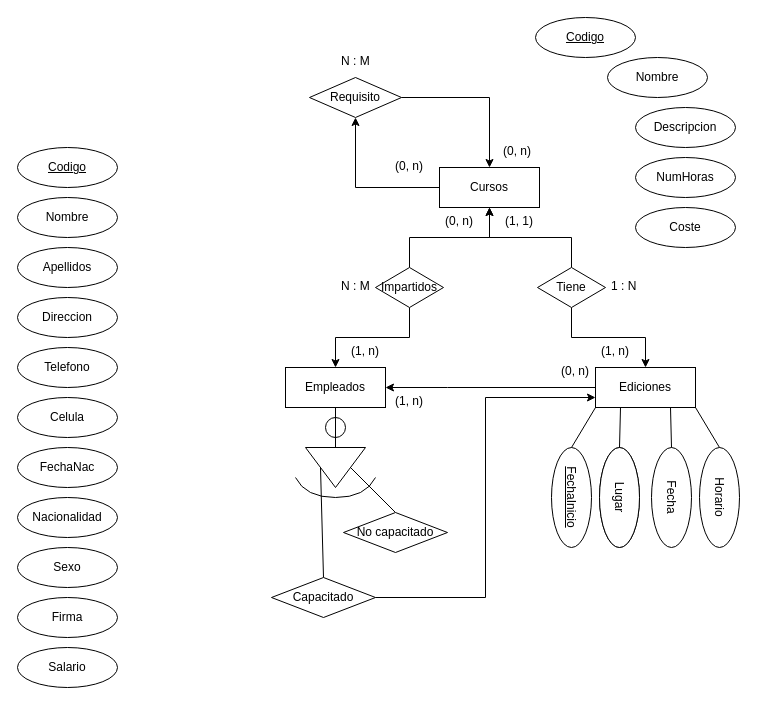
Lioteronn/erp-diagrams keeps this draw.io diagram as Ejercicio_Cinco.drawio. Above is the earlier version. Source tidied: cells renumbered, new cells numbered last; positions are measured from the earlier drawing's top-left corner, leaving out a move shared by most shapes. Both pictures are drawn from the tidied source at 100%, with x=0, y=0 at pixel (17, 17).
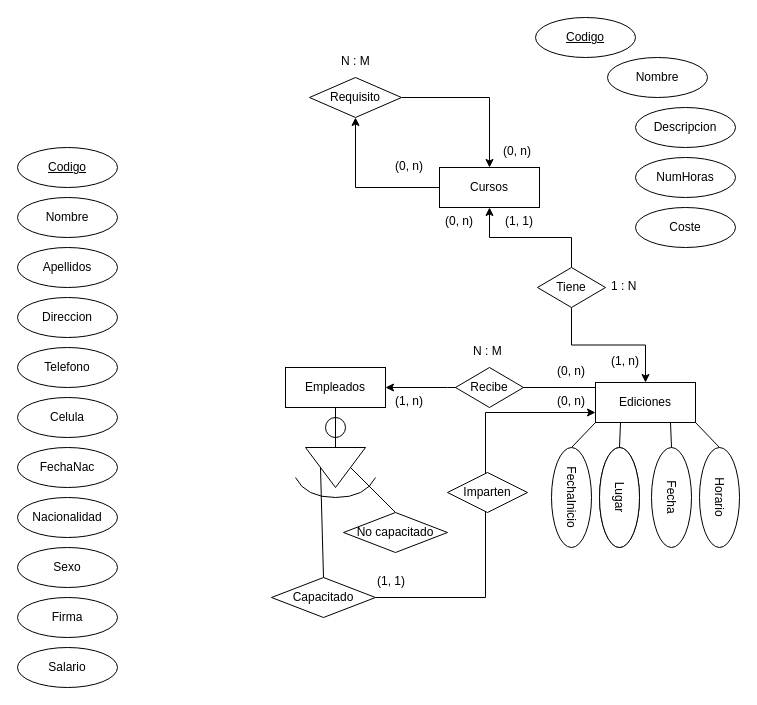
Above is the later version.

Unchanged cells that the change refers to:
```xml
<mxCell id="3" value="Cursos" style="whiteSpace=wrap;html=1;align=center;" parent="1" vertex="1">
  <mxGeometry x="422" y="150" width="100" height="40" as="geometry" />
</mxCell>
<mxCell id="6" value="Empleados" style="whiteSpace=wrap;html=1;align=center;" parent="1" vertex="1">
  <mxGeometry x="268" y="350" width="100" height="40" as="geometry" />
</mxCell>
```

What changed in the source:
```diff
@@
     <mxCell id="5" value="Ediciones" style="whiteSpace=wrap;html=1;align=center;" parent="1" vertex="1">
-      <mxGeometry x="578" y="350" width="100" height="40" as="geometry" />
+      <mxGeometry x="578" y="365" width="100" height="40" as="geometry" />
     </mxCell>
@@
     <mxCell id="15" value="(1, n)" style="text;strokeColor=none;fillColor=none;spacingLeft=4;spacingRight=4;overflow=hidden;fontSize=12;whiteSpace=wrap;html=1;" parent="1" vertex="1">
-      <mxGeometry x="578" y="320" width="40" height="30" as="geometry" />
+      <mxGeometry x="588" y="330" width="40" height="30" as="geometry" />
     </mxCell>
@@
-    <mxCell id="18" style="edgeStyle=orthogonalEdgeStyle;rounded=0;jettySize=auto;html=1;entryX=0.5;entryY=1;entryDx=0;entryDy=0;" parent="1" edge="1" source="20" target="3">
-      <mxGeometry relative="1" as="geometry" />
-    </mxCell>
-    <mxCell id="19" style="edgeStyle=orthogonalEdgeStyle;rounded=0;jettySize=auto;html=1;entryX=0.5;entryY=0;entryDx=0;entryDy=0;" parent="1" edge="1" source="20" target="6">
-      <mxGeometry relative="1" as="geometry" />
-    </mxCell>
-    <mxCell id="20" value="Impartidos" style="shape=rhombus;perimeter=rhombusPerimeter;whiteSpace=wrap;html=1;align=center;" parent="1" vertex="1">
-      <mxGeometry x="358" y="250" width="68" height="40" as="geometry" />
-    </mxCell>
@@
-    <mxCell id="22" value="(1, n)" style="text;strokeColor=none;fillColor=none;spacingLeft=4;spacingRight=4;overflow=hidden;fontSize=12;whiteSpace=wrap;html=1;" parent="1" vertex="1">
-      <mxGeometry x="328" y="320" width="40" height="30" as="geometry" />
-    </mxCell>
-    <mxCell id="23" value="N : M" style="text;strokeColor=none;fillColor=none;spacingLeft=4;spacingRight=4;overflow=hidden;fontSize=12;whiteSpace=wrap;html=1;" parent="1" vertex="1">
-      <mxGeometry x="318" y="255" width="40" height="30" as="geometry" />
-    </mxCell>
@@
-    <mxCell id="37" value="FechaInicio" style="ellipse;whiteSpace=wrap;html=1;align=center;fontStyle=4;rotation=90;" parent="1" vertex="1">
+    <mxCell id="37" value="FechaInicio" style="ellipse;whiteSpace=wrap;html=1;align=center;fontStyle=0;rotation=90;strokeColor=default;" parent="1" vertex="1">
       <mxGeometry x="504" y="460" width="100" height="40" as="geometry" />
     </mxCell>
@@
     <mxCell id="59" value="(0, n)" style="text;strokeColor=none;fillColor=none;spacingLeft=4;spacingRight=4;overflow=hidden;fontSize=12;whiteSpace=wrap;html=1;" parent="1" vertex="1">
-      <mxGeometry x="538" y="340" width="40" height="30" as="geometry" />
+      <mxGeometry x="534" y="340" width="40" height="30" as="geometry" />
     </mxCell>
+    <mxCell id="60" value="Imparten" style="shape=rhombus;perimeter=rhombusPerimeter;whiteSpace=wrap;html=1;align=center;" parent="1" vertex="1">
+      <mxGeometry x="430" y="455" width="80" height="40" as="geometry" />
+    </mxCell>
+    <mxCell id="61" value="(0, n)" style="text;strokeColor=none;fillColor=none;spacingLeft=4;spacingRight=4;overflow=hidden;fontSize=12;whiteSpace=wrap;html=1;" parent="1" vertex="1">
+      <mxGeometry x="534" y="370" width="40" height="30" as="geometry" />
+    </mxCell>
+    <mxCell id="62" value="(1, 1)" style="text;strokeColor=none;fillColor=none;spacingLeft=4;spacingRight=4;overflow=hidden;fontSize=12;whiteSpace=wrap;html=1;" parent="1" vertex="1">
+      <mxGeometry x="354" y="550" width="40" height="30" as="geometry" />
+    </mxCell>
+    <mxCell id="63" value="Recibe" style="shape=rhombus;perimeter=rhombusPerimeter;whiteSpace=wrap;html=1;align=center;" parent="1" vertex="1">
+      <mxGeometry x="438" y="350" width="68" height="40" as="geometry" />
+    </mxCell>
+    <mxCell id="23" value="N : M" style="text;strokeColor=none;fillColor=none;spacingLeft=4;spacingRight=4;overflow=hidden;fontSize=12;whiteSpace=wrap;html=1;" parent="1" vertex="1">
+      <mxGeometry x="450" y="320" width="40" height="30" as="geometry" />
+    </mxCell>
```
